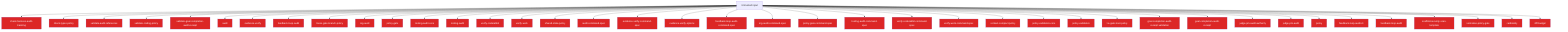
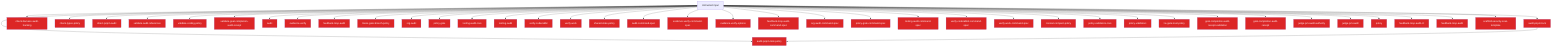
flowchart TD
  Untrusted["Untrusted input"]
+   audit_pnpm_lock_3bdddae2["audit-pnpm-lock"]
+   Untrusted --> audit_pnpm_lock_3bdddae2
  check_harness_audit_tracking_33e6a72e["check-harness-audit-tracking"]
  Untrusted --> check_harness_audit_tracking_33e6a72e
  check_types_policy_cfbecf01["check-types-policy"]
  Untrusted --> check_types_policy_cfbecf01
+   audit_pnpm_lock_policy_25297ce6["audit-pnpm-lock-policy"]
+   Untrusted --> audit_pnpm_lock_policy_25297ce6
+   direct_pnpm_audit_9a9a9ed4["direct-pnpm-audit"]
+   Untrusted --> direct_pnpm_audit_9a9a9ed4
  validate_audit_references_811f872a["validate-audit-references"]
  Untrusted --> validate_audit_references_811f872a
  validate_coding_policy_29976175["validate-coding-policy"]
  Untrusted --> validate_coding_policy_29976175
  validate_goal_completion_audit_receipt_100d252c["validate-goal-completion-audit-receipt"]
  Untrusted --> validate_goal_completion_audit_receipt_100d252c
  audit_b81f37a0["audit"]
  Untrusted --> audit_b81f37a0
  evidence_verify_3b73c290["evidence-verify"]
  Untrusted --> evidence_verify_3b73c290
  feedback_loop_audit_0ac0ec9d["feedback-loop-audit"]
  Untrusted --> feedback_loop_audit_0ac0ec9d
  linear_gate_branch_policy_13c4707c["linear-gate-branch-policy"]
  Untrusted --> linear_gate_branch_policy_13c4707c
  org_audit_d739e44b["org-audit"]
  Untrusted --> org_audit_d739e44b
  policy_gate_213f7313["policy-gate"]
  Untrusted --> policy_gate_213f7313
  tooling_audit_core_328d6a41["tooling-audit-core"]
  Untrusted --> tooling_audit_core_328d6a41
  tooling_audit_8a8239ff["tooling-audit"]
  Untrusted --> tooling_audit_8a8239ff
  verify_coderabbit_490b4e71["verify-coderabbit"]
  Untrusted --> verify_coderabbit_490b4e71
  verify_work_df70ecac["verify-work"]
  Untrusted --> verify_work_df70ecac
  shared_state_policy_edc9c4db["shared-state-policy"]
  Untrusted --> shared_state_policy_edc9c4db
  audit_command_spec_5acf0149["audit-command-spec"]
  Untrusted --> audit_command_spec_5acf0149
  evidence_verify_command_spec_e1cbfea2["evidence-verify-command-spec"]
  Untrusted --> evidence_verify_command_spec_e1cbfea2
  evidence_verify_options_3505c520["evidence-verify-options"]
  Untrusted --> evidence_verify_options_3505c520
  feedback_loop_audit_command_spec_27e599c4["feedback-loop-audit-command-spec"]
  Untrusted --> feedback_loop_audit_command_spec_27e599c4
  org_audit_command_spec_1a570341["org-audit-command-spec"]
  Untrusted --> org_audit_command_spec_1a570341
  policy_gate_command_spec_71e8726a["policy-gate-command-spec"]
  Untrusted --> policy_gate_command_spec_71e8726a
  tooling_audit_command_spec_e0e57863["tooling-audit-command-spec"]
  Untrusted --> tooling_audit_command_spec_e0e57863
  verify_coderabbit_command_spec_68cc9ec5["verify-coderabbit-command-spec"]
  Untrusted --> verify_coderabbit_command_spec_68cc9ec5
  verify_work_command_spec_d6c94ac8["verify-work-command-spec"]
  Untrusted --> verify_work_command_spec_d6c94ac8
  context_compact_policy_3dcaf95d["context-compact-policy"]
  Untrusted --> context_compact_policy_3dcaf95d
  policy_validators_core_714a3fe7["policy-validators-core"]
  Untrusted --> policy_validators_core_714a3fe7
  policy_validators_6682e192["policy-validators"]
  Untrusted --> policy_validators_6682e192
  he_gate_trust_policy_b1126dfd["he-gate-trust-policy"]
  Untrusted --> he_gate_trust_policy_b1126dfd
  goal_completion_audit_receipt_validation_9d0f4891["goal-completion-audit-receipt-validation"]
  Untrusted --> goal_completion_audit_receipt_validation_9d0f4891
  goal_completion_audit_receipt_5e4939c3["goal-completion-audit-receipt"]
  Untrusted --> goal_completion_audit_receipt_5e4939c3
  judge_pm_audit_authority_c311b050["judge-pm-audit-authority"]
  Untrusted --> judge_pm_audit_authority_c311b050
  judge_pm_audit_ccd20b35["judge-pm-audit"]
  Untrusted --> judge_pm_audit_ccd20b35
  policy_823412d1["policy"]
  Untrusted --> policy_823412d1
  feedback_loop_audit_cli_fd8f38dc["feedback-loop-audit-cli"]
  Untrusted --> feedback_loop_audit_cli_fd8f38dc
  feedback_loop_audit_1_c7be4304["feedback-loop-audit"]
  Untrusted --> feedback_loop_audit_1_c7be4304
  scaffold_security_scan_template_55bc7465["scaffold-security-scan-template"]
  Untrusted --> scaffold_security_scan_template_55bc7465
-   normalise_policy_gate_90229693["normalise-policy-gate"]
-   Untrusted --> normalise_policy_gate_90229693
-   cardinality_ebef8aff["cardinality"]
-   Untrusted --> cardinality_ebef8aff
-   diff_budget_1_9f85eb1c["diff-budget"]
-   Untrusted --> diff_budget_1_9f85eb1c
+   audit_pnpm_lock_3bdddae2 --> audit_pnpm_lock_policy_25297ce6
  classDef securityNode fill:#dc2626,color:#fff
-   class check_harness_audit_tracking_33e6a72e,check_types_policy_cfbecf01,validate_audit_references_811f872a,validate_coding_policy_29976175,validate_goal_completion_audit_receipt_100d252c,audit_b81f37a0,evidence_verify_3b73c290,feedback_loop_audit_0ac0ec9d,linear_gate_branch_policy_13c4707c,org_audit_d739e44b,policy_gate_213f7313,tooling_audit_core_328d6a41,tooling_audit_8a8239ff,verify_coderabbit_490b4e71,verify_work_df70ecac,shared_state_policy_edc9c4db,audit_command_spec_5acf0149,evidence_verify_command_spec_e1cbfea2,evidence_verify_options_3505c520,feedback_loop_audit_command_spec_27e599c4,org_audit_command_spec_1a570341,policy_gate_command_spec_71e8726a,tooling_audit_command_spec_e0e57863,verify_coderabbit_command_spec_68cc9ec5,verify_work_command_spec_d6c94ac8,context_compact_policy_3dcaf95d,policy_validators_core_714a3fe7,policy_validators_6682e192,he_gate_trust_policy_b1126dfd,goal_completion_audit_receipt_validation_9d0f4891,goal_completion_audit_receipt_5e4939c3,judge_pm_audit_authority_c311b050,judge_pm_audit_ccd20b35,policy_823412d1,feedback_loop_audit_cli_fd8f38dc,feedback_loop_audit_1_c7be4304,scaffold_security_scan_template_55bc7465,normalise_policy_gate_90229693,cardinality_ebef8aff,diff_budget_1_9f85eb1c securityNode
+   class audit_pnpm_lock_3bdddae2,check_harness_audit_tracking_33e6a72e,check_types_policy_cfbecf01,audit_pnpm_lock_policy_25297ce6,direct_pnpm_audit_9a9a9ed4,validate_audit_references_811f872a,validate_coding_policy_29976175,validate_goal_completion_audit_receipt_100d252c,audit_b81f37a0,evidence_verify_3b73c290,feedback_loop_audit_0ac0ec9d,linear_gate_branch_policy_13c4707c,org_audit_d739e44b,policy_gate_213f7313,tooling_audit_core_328d6a41,tooling_audit_8a8239ff,verify_coderabbit_490b4e71,verify_work_df70ecac,shared_state_policy_edc9c4db,audit_command_spec_5acf0149,evidence_verify_command_spec_e1cbfea2,evidence_verify_options_3505c520,feedback_loop_audit_command_spec_27e599c4,org_audit_command_spec_1a570341,policy_gate_command_spec_71e8726a,tooling_audit_command_spec_e0e57863,verify_coderabbit_command_spec_68cc9ec5,verify_work_command_spec_d6c94ac8,context_compact_policy_3dcaf95d,policy_validators_core_714a3fe7,policy_validators_6682e192,he_gate_trust_policy_b1126dfd,goal_completion_audit_receipt_validation_9d0f4891,goal_completion_audit_receipt_5e4939c3,judge_pm_audit_authority_c311b050,judge_pm_audit_ccd20b35,policy_823412d1,feedback_loop_audit_cli_fd8f38dc,feedback_loop_audit_1_c7be4304,scaffold_security_scan_template_55bc7465 securityNode
